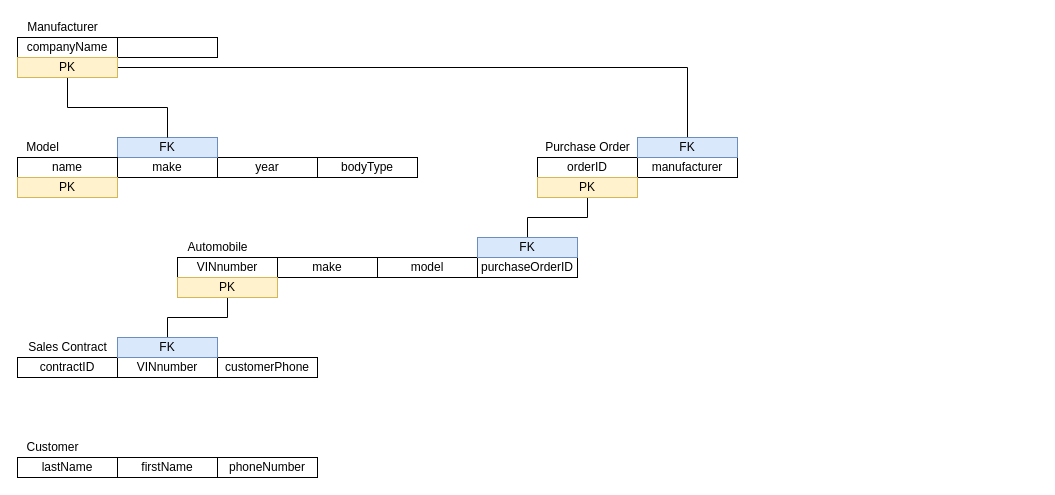
The draw.io diagram CECS323/Project1RelationalDiagram.drawio in tammyhuynh/CSULBProjects, before the edit. Source tidied: cells renumbered, new cells numbered last; positions are measured from the earlier drawing's top-left corner, leaving out a move shared by most shapes. Both pictures are drawn from the tidied source at 100%, with x=0, y=0 at pixel (17, 17).
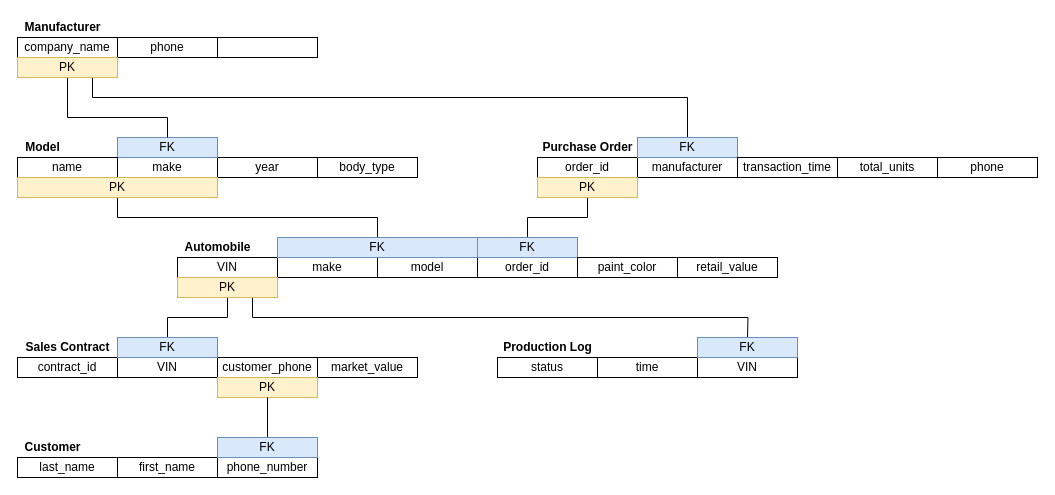
Above is the later version.

The change refers to these unchanged cells:
```xml
<mxCell id="9" value="FK" style="rounded=0;whiteSpace=wrap;html=1;fillColor=#dae8fc;strokeColor=#6c8ebf;" parent="1" vertex="1">
  <mxGeometry x="100" y="120" width="100" height="20" as="geometry" />
</mxCell>
<mxCell id="12" value="PK" style="rounded=0;whiteSpace=wrap;html=1;fillColor=#fff2cc;strokeColor=#d6b656;" parent="1" vertex="1">
  <mxGeometry y="40" width="100" height="20" as="geometry" />
</mxCell>
<mxCell id="18" value="FK" style="rounded=0;whiteSpace=wrap;html=1;fillColor=#dae8fc;strokeColor=#6c8ebf;" parent="1" vertex="1">
  <mxGeometry x="620" y="120" width="100" height="20" as="geometry" />
</mxCell>
<mxCell id="28" value="PK" style="rounded=0;whiteSpace=wrap;html=1;fillColor=#fff2cc;strokeColor=#d6b656;" parent="1" vertex="1">
  <mxGeometry x="160" y="260" width="100" height="20" as="geometry" />
</mxCell>
```

Diff of the diagram source:
```diff
@@
-    <mxCell id="2" value="companyName" style="rounded=0;whiteSpace=wrap;html=1;" parent="1" vertex="1">
+    <mxCell id="2" value="company_name" style="rounded=0;whiteSpace=wrap;html=1;" parent="1" vertex="1">
       <mxGeometry y="20" width="100" height="20" as="geometry" />
     </mxCell>
-    <mxCell id="3" value="Manufacturer" style="text;html=1;align=center;verticalAlign=middle;strokeColor=none;fillColor=none;" parent="1" vertex="1">
+    <mxCell id="3" value="&lt;b&gt;Manufacturer&lt;/b&gt;" style="text;html=1;align=center;verticalAlign=middle;strokeColor=none;fillColor=none;" parent="1" vertex="1">
       <mxGeometry width="90" height="20" as="geometry" />
     </mxCell>
-    <mxCell id="4" style="rounded=0;whiteSpace=wrap;html=1;" parent="1" vertex="1">
+    <mxCell id="4" value="phone" style="rounded=0;whiteSpace=wrap;html=1;" parent="1" vertex="1">
       <mxGeometry x="100" y="20" width="100" height="20" as="geometry" />
     </mxCell>
-    <mxCell id="5" value="Model" style="text;html=1;align=center;verticalAlign=middle;strokeColor=none;fillColor=none;" parent="1" vertex="1">
+    <mxCell id="5" value="&lt;b&gt;Model&lt;/b&gt;" style="text;html=1;align=center;verticalAlign=middle;strokeColor=none;fillColor=none;" parent="1" vertex="1">
       <mxGeometry y="120" width="50" height="20" as="geometry" />
     </mxCell>
-    <mxCell id="6" value="bodyType" style="rounded=0;whiteSpace=wrap;html=1;" parent="1" vertex="1">
+    <mxCell id="6" value="body_type" style="rounded=0;whiteSpace=wrap;html=1;" parent="1" vertex="1">
       <mxGeometry x="300" y="140" width="100" height="20" as="geometry" />
     </mxCell>
@@
     <mxCell id="10" style="edgeStyle=orthogonalEdgeStyle;rounded=0;jettySize=auto;html=1;exitX=0.5;exitY=1;exitDx=0;exitDy=0;endArrow=none;endFill=0;entryX=0.5;entryY=0;entryDx=0;entryDy=0;" parent="1" edge="1" source="12" target="9">
       <mxGeometry relative="1" as="geometry">
         <Array as="points">
-          <mxPoint x="50" y="90" />
-          <mxPoint x="150" y="90" />
+          <mxPoint x="50" y="100" />
+          <mxPoint x="150" y="100" />
         </Array>
       </mxGeometry>
     </mxCell>
-    <mxCell id="11" style="edgeStyle=orthogonalEdgeStyle;rounded=0;jettySize=auto;html=1;exitX=1;exitY=0.5;exitDx=0;exitDy=0;entryX=0.5;entryY=0;entryDx=0;entryDy=0;endArrow=none;endFill=0;" parent="1" edge="1" source="12" target="18">
+    <mxCell id="11" style="edgeStyle=orthogonalEdgeStyle;rounded=0;jettySize=auto;html=1;exitX=0.75;exitY=1;exitDx=0;exitDy=0;entryX=0.5;entryY=0;entryDx=0;entryDy=0;endArrow=none;endFill=0;" parent="1" edge="1" source="12" target="18">
       <mxGeometry relative="1" as="geometry">
         <Array as="points">
-          <mxPoint x="670" y="50" />
+          <mxPoint x="75" y="80" />
+          <mxPoint x="670" y="80" />
         </Array>
       </mxGeometry>
     </mxCell>
@@
-    <mxCell id="13" value="Automobile" style="text;html=1;align=center;verticalAlign=middle;strokeColor=none;fillColor=none;" parent="1" vertex="1">
+    <mxCell id="13" value="&lt;b&gt;Automobile&lt;/b&gt;" style="text;html=1;align=center;verticalAlign=middle;strokeColor=none;fillColor=none;" parent="1" vertex="1">
       <mxGeometry x="160" y="220" width="80" height="20" as="geometry" />
     </mxCell>
-    <mxCell id="14" value="purchaseOrderID" style="rounded=0;whiteSpace=wrap;html=1;" parent="1" vertex="1">
+    <mxCell id="14" value="order_id" style="rounded=0;whiteSpace=wrap;html=1;" parent="1" vertex="1">
       <mxGeometry x="460" y="240" width="100" height="20" as="geometry" />
     </mxCell>
-    <mxCell id="15" value="Purchase Order" style="text;html=1;align=center;verticalAlign=middle;strokeColor=none;fillColor=none;" parent="1" vertex="1">
-      <mxGeometry x="520" y="120" width="100" height="20" as="geometry" />
+    <mxCell id="15" value="&lt;b&gt;Purchase Order&lt;/b&gt;" style="text;html=1;align=center;verticalAlign=middle;strokeColor=none;fillColor=none;" parent="1" vertex="1">
+      <mxGeometry x="515" y="120" width="110" height="20" as="geometry" />
     </mxCell>
@@
-    <mxCell id="17" value="orderID" style="rounded=0;whiteSpace=wrap;html=1;" parent="1" vertex="1">
+    <mxCell id="17" value="order_id" style="rounded=0;whiteSpace=wrap;html=1;" parent="1" vertex="1">
       <mxGeometry x="520" y="140" width="100" height="20" as="geometry" />
     </mxCell>
@@
-    <mxCell id="23" value="VINnumber" style="rounded=0;whiteSpace=wrap;html=1;" parent="1" vertex="1">
+    <mxCell id="23" value="VIN" style="rounded=0;whiteSpace=wrap;html=1;" parent="1" vertex="1">
       <mxGeometry x="160" y="240" width="100" height="20" as="geometry" />
     </mxCell>
@@
+    <mxCell id="38" style="edgeStyle=orthogonalEdgeStyle;rounded=0;jettySize=auto;html=1;exitX=0.5;exitY=1;exitDx=0;exitDy=0;endArrow=none;endFill=0;entryX=0.5;entryY=0;entryDx=0;entryDy=0;" parent="1" edge="1" source="26" target="54">
+      <mxGeometry relative="1" as="geometry" />
+    </mxCell>
     <mxCell id="26" value="PK" style="rounded=0;whiteSpace=wrap;html=1;fillColor=#fff2cc;strokeColor=#d6b656;" parent="1" vertex="1">
-      <mxGeometry y="160" width="100" height="20" as="geometry" />
+      <mxGeometry y="160" width="200" height="20" as="geometry" />
     </mxCell>
@@
+    <mxCell id="39" style="edgeStyle=orthogonalEdgeStyle;rounded=0;jettySize=auto;html=1;exitX=0.75;exitY=1;exitDx=0;exitDy=0;endArrow=none;endFill=0;" parent="1" edge="1" source="28">
+      <mxGeometry relative="1" as="geometry">
+        <mxPoint x="730" y="320" as="targetPoint" />
+      </mxGeometry>
+    </mxCell>
@@
-    <mxCell id="29" value="Sales Contract" style="text;html=1;align=center;verticalAlign=middle;strokeColor=none;fillColor=none;" parent="1" vertex="1">
+    <mxCell id="29" value="&lt;b&gt;Sales Contract&lt;/b&gt;" style="text;html=1;align=center;verticalAlign=middle;strokeColor=none;fillColor=none;" parent="1" vertex="1">
       <mxGeometry y="320" width="100" height="20" as="geometry" />
     </mxCell>
-    <mxCell id="30" value="contractID" style="rounded=0;whiteSpace=wrap;html=1;" parent="1" vertex="1">
+    <mxCell id="30" value="contract_id" style="rounded=0;whiteSpace=wrap;html=1;" parent="1" vertex="1">
       <mxGeometry y="340" width="100" height="20" as="geometry" />
     </mxCell>
-    <mxCell id="31" value="VINnumber" style="rounded=0;whiteSpace=wrap;html=1;" parent="1" vertex="1">
+    <mxCell id="31" value="VIN" style="rounded=0;whiteSpace=wrap;html=1;" parent="1" vertex="1">
       <mxGeometry x="100" y="340" width="100" height="20" as="geometry" />
     </mxCell>
-    <mxCell id="32" value="customerPhone" style="rounded=0;whiteSpace=wrap;html=1;" parent="1" vertex="1">
+    <mxCell id="32" value="customer_phone" style="rounded=0;whiteSpace=wrap;html=1;" parent="1" vertex="1">
       <mxGeometry x="200" y="340" width="100" height="20" as="geometry" />
     </mxCell>
@@
-    <mxCell id="34" value="Customer" style="text;html=1;align=center;verticalAlign=middle;strokeColor=none;fillColor=none;" parent="1" vertex="1">
+    <mxCell id="34" value="&lt;b&gt;Customer&lt;/b&gt;" style="text;html=1;align=center;verticalAlign=middle;strokeColor=none;fillColor=none;" parent="1" vertex="1">
       <mxGeometry y="420" width="70" height="20" as="geometry" />
     </mxCell>
-    <mxCell id="35" value="lastName" style="rounded=0;whiteSpace=wrap;html=1;" parent="1" vertex="1">
+    <mxCell id="35" value="last_name" style="rounded=0;whiteSpace=wrap;html=1;" parent="1" vertex="1">
       <mxGeometry y="440" width="100" height="20" as="geometry" />
     </mxCell>
-    <mxCell id="36" value="firstName" style="rounded=0;whiteSpace=wrap;html=1;" parent="1" vertex="1">
+    <mxCell id="36" value="first_name" style="rounded=0;whiteSpace=wrap;html=1;" parent="1" vertex="1">
       <mxGeometry x="100" y="440" width="100" height="20" as="geometry" />
     </mxCell>
-    <mxCell id="37" value="phoneNumber" style="rounded=0;whiteSpace=wrap;html=1;" parent="1" vertex="1">
+    <mxCell id="37" value="phone_number" style="rounded=0;whiteSpace=wrap;html=1;" parent="1" vertex="1">
       <mxGeometry x="200" y="440" width="100" height="20" as="geometry" />
     </mxCell>
+    <mxCell id="40" style="rounded=0;whiteSpace=wrap;html=1;" parent="1" vertex="1">
+      <mxGeometry x="200" y="20" width="100" height="20" as="geometry" />
+    </mxCell>
+    <mxCell id="41" value="paint_color" style="rounded=0;whiteSpace=wrap;html=1;" parent="1" vertex="1">
+      <mxGeometry x="560" y="240" width="100" height="20" as="geometry" />
+    </mxCell>
+    <mxCell id="42" value="retail_value" style="rounded=0;whiteSpace=wrap;html=1;" parent="1" vertex="1">
+      <mxGeometry x="660" y="240" width="100" height="20" as="geometry" />
+    </mxCell>
+    <mxCell id="43" value="transaction_time" style="rounded=0;whiteSpace=wrap;html=1;" parent="1" vertex="1">
+      <mxGeometry x="720" y="140" width="100" height="20" as="geometry" />
+    </mxCell>
+    <mxCell id="44" value="total_units" style="rounded=0;whiteSpace=wrap;html=1;" parent="1" vertex="1">
+      <mxGeometry x="820" y="140" width="100" height="20" as="geometry" />
+    </mxCell>
+    <mxCell id="45" value="phone" style="rounded=0;whiteSpace=wrap;html=1;" parent="1" vertex="1">
+      <mxGeometry x="920" y="140" width="100" height="20" as="geometry" />
+    </mxCell>
+    <mxCell id="46" value="market_value" style="rounded=0;whiteSpace=wrap;html=1;" parent="1" vertex="1">
+      <mxGeometry x="300" y="340" width="100" height="20" as="geometry" />
+    </mxCell>
+    <mxCell id="47" value="&lt;b&gt;Production Log&lt;/b&gt;" style="text;html=1;align=center;verticalAlign=middle;strokeColor=none;fillColor=none;" parent="1" vertex="1">
+      <mxGeometry x="475" y="320" width="110" height="20" as="geometry" />
+    </mxCell>
+    <mxCell id="48" value="VIN" style="rounded=0;whiteSpace=wrap;html=1;" parent="1" vertex="1">
+      <mxGeometry x="680" y="340" width="100" height="20" as="geometry" />
+    </mxCell>
+    <mxCell id="49" value="status" style="rounded=0;whiteSpace=wrap;html=1;" parent="1" vertex="1">
+      <mxGeometry x="480" y="340" width="100" height="20" as="geometry" />
+    </mxCell>
+    <mxCell id="50" value="time" style="rounded=0;whiteSpace=wrap;html=1;" parent="1" vertex="1">
+      <mxGeometry x="580" y="340" width="100" height="20" as="geometry" />
+    </mxCell>
+    <mxCell id="51" value="PK" style="rounded=0;whiteSpace=wrap;html=1;fillColor=#fff2cc;strokeColor=#d6b656;" parent="1" vertex="1">
+      <mxGeometry x="200" y="360" width="100" height="20" as="geometry" />
+    </mxCell>
+    <mxCell id="52" style="edgeStyle=orthogonalEdgeStyle;rounded=0;jettySize=auto;html=1;endArrow=none;endFill=0;" parent="1" edge="1" source="53" target="51">
+      <mxGeometry relative="1" as="geometry" />
+    </mxCell>
+    <mxCell id="53" value="FK" style="rounded=0;whiteSpace=wrap;html=1;fillColor=#dae8fc;strokeColor=#6c8ebf;" parent="1" vertex="1">
+      <mxGeometry x="200" y="420" width="100" height="20" as="geometry" />
+    </mxCell>
+    <mxCell id="54" value="FK" style="rounded=0;whiteSpace=wrap;html=1;fillColor=#dae8fc;strokeColor=#6c8ebf;" parent="1" vertex="1">
+      <mxGeometry x="260" y="220" width="200" height="20" as="geometry" />
+    </mxCell>
+    <mxCell id="55" value="FK" style="rounded=0;whiteSpace=wrap;html=1;fillColor=#dae8fc;strokeColor=#6c8ebf;" parent="1" vertex="1">
+      <mxGeometry x="680" y="320" width="100" height="20" as="geometry" />
+    </mxCell>
```
